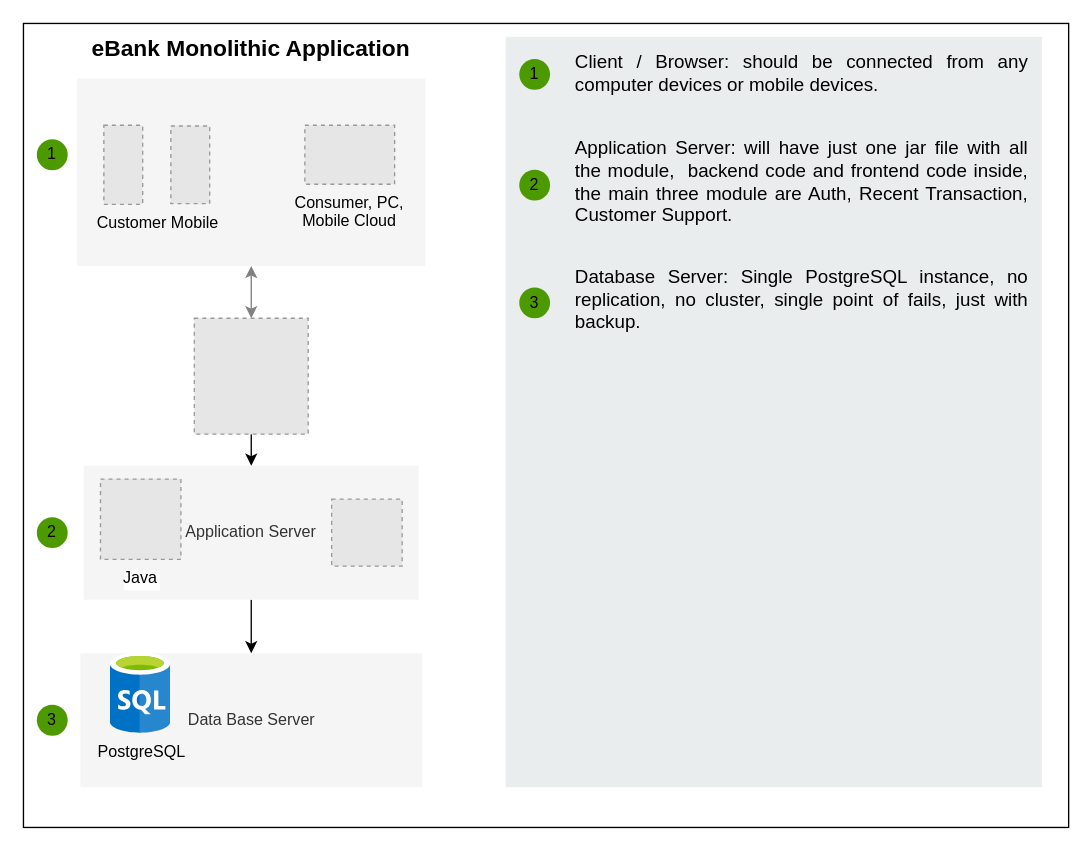
tomj0101/distributed-system keeps this draw.io diagram as docs/Monolithic.drawio. Above is the earlier version. Source tidied: cells renumbered, new cells numbered last; positions are measured from the earlier drawing's top-left corner, leaving out a move shared by most shapes. Both pictures are drawn from the tidied source at 134%, with x=0, y=0 at pixel (23, 23). Pictures stored in the file or linked from it are replaced by grey dashed boxes.
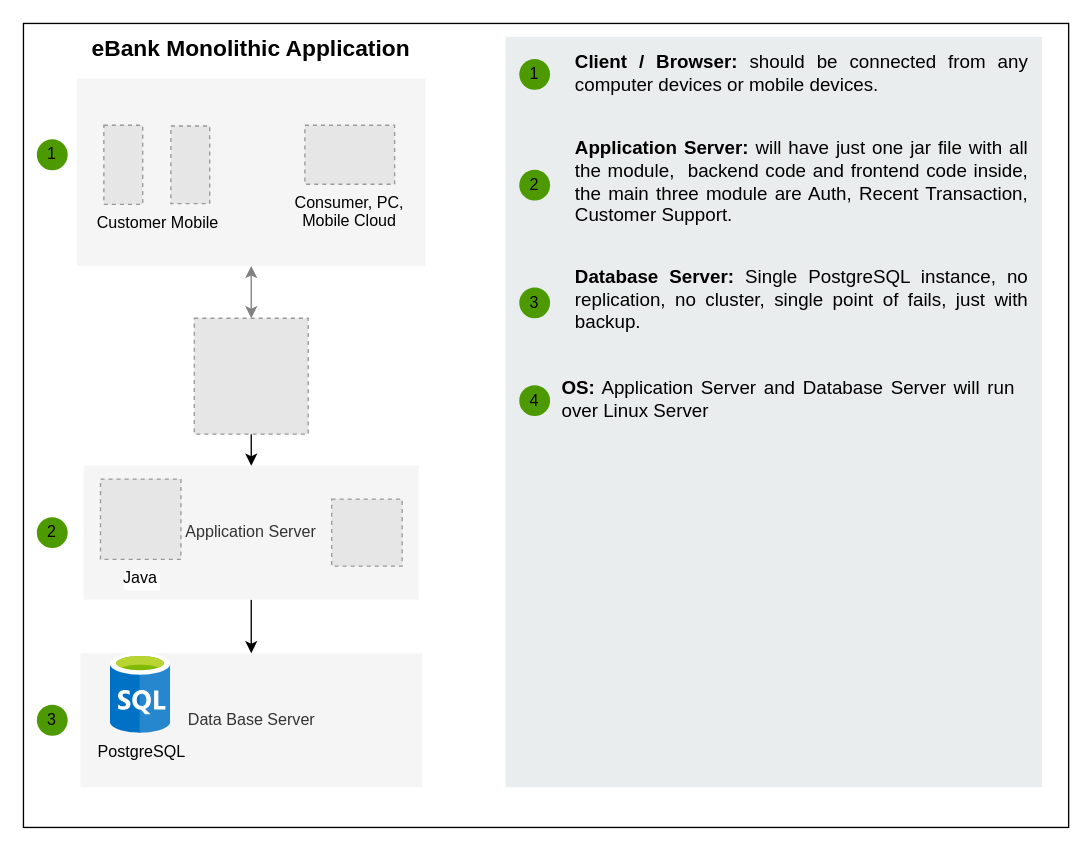
After the change.

The edit, as a diff of the source:
```diff
@@
-    <mxCell id="19" value="&lt;div style=&quot;text-align: justify&quot;&gt;&lt;span&gt;Client / Browser: should be connected from any computer devices or mobile devices.&lt;/span&gt;&lt;/div&gt;" style="text;html=1;align=left;verticalAlign=top;spacingTop=-4;fontSize=14;labelBackgroundColor=none;whiteSpace=wrap;" parent="1" vertex="1">
+    <mxCell id="19" value="&lt;div style=&quot;text-align: justify&quot;&gt;&lt;b&gt;Client / Browser:&lt;/b&gt; should be connected from any computer devices or mobile devices.&lt;/div&gt;" style="text;html=1;align=left;verticalAlign=top;spacingTop=-4;fontSize=14;labelBackgroundColor=none;whiteSpace=wrap;" parent="1" vertex="1">
       <mxGeometry x="410" y="18" width="340" height="40" as="geometry" />
     </mxCell>
@@
-    <mxCell id="24" value="&lt;div style=&quot;text-align: justify&quot;&gt;&lt;span&gt;Application Server: will have just one jar file with all the module,&amp;nbsp; backend code and frontend code inside, the main three module are Auth, Recent Transaction, Customer Support.&lt;/span&gt;&lt;/div&gt;" style="text;html=1;align=left;verticalAlign=top;spacingTop=-4;fontSize=14;labelBackgroundColor=none;whiteSpace=wrap;" parent="1" vertex="1">
+    <mxCell id="24" value="&lt;div style=&quot;text-align: justify&quot;&gt;&lt;b&gt;Application Server:&lt;/b&gt; will have just one jar file with all the module,&amp;nbsp; backend code and frontend code inside, the main three module are Auth, Recent Transaction, Customer Support.&lt;/div&gt;" style="text;html=1;align=left;verticalAlign=top;spacingTop=-4;fontSize=14;labelBackgroundColor=none;whiteSpace=wrap;" parent="1" vertex="1">
       <mxGeometry x="410" y="81.5" width="340" height="78.5" as="geometry" />
     </mxCell>
@@
-    <mxCell id="28" value="&lt;div style=&quot;text-align: justify&quot;&gt;&lt;span&gt;Database Server: Single PostgreSQL instance, no replication, no cluster, single point of fails, just with backup.&lt;/span&gt;&lt;/div&gt;" style="text;html=1;align=left;verticalAlign=top;spacingTop=-4;fontSize=14;labelBackgroundColor=none;whiteSpace=wrap;" parent="1" vertex="1">
+    <mxCell id="28" value="&lt;div style=&quot;text-align: justify&quot;&gt;&lt;b&gt;Database Server:&lt;/b&gt; Single PostgreSQL instance, no replication, no cluster, single point of fails, just with backup.&lt;/div&gt;" style="text;html=1;align=left;verticalAlign=top;spacingTop=-4;fontSize=14;labelBackgroundColor=none;whiteSpace=wrap;" parent="1" vertex="1">
       <mxGeometry x="410" y="178" width="340" height="78.5" as="geometry" />
     </mxCell>
+    <mxCell id="29" value="4" style="ellipse;whiteSpace=wrap;html=1;fillColor=#4D9900;strokeColor=none;labelBackgroundColor=none;" parent="1" vertex="1">
+      <mxGeometry x="370" y="270" width="23" height="23" as="geometry" />
+    </mxCell>
+    <mxCell id="30" value="&lt;div style=&quot;text-align: justify&quot;&gt;&lt;b&gt;OS:&lt;/b&gt; Application Server and Database Server will run over Linux Server&lt;/div&gt;" style="text;html=1;align=left;verticalAlign=top;spacingTop=-4;fontSize=14;labelBackgroundColor=none;whiteSpace=wrap;" parent="1" vertex="1">
+      <mxGeometry x="400" y="260.8" width="340" height="78.5" as="geometry" />
+    </mxCell>
```
